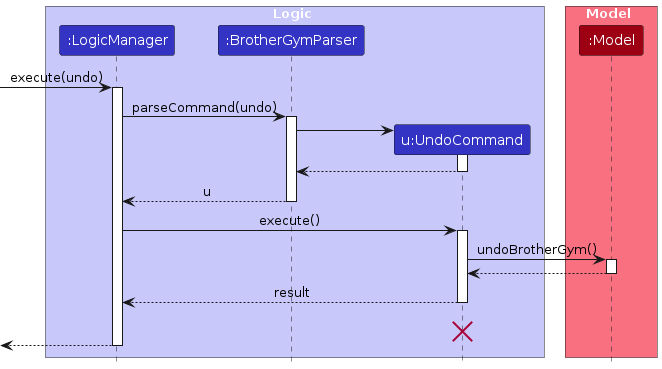
This is diagrams/UndoSequenceDiagram-Logic.png from AY2627S1-CS2103T-T11-4/tp, a PlantUML export, as it was before one commit. Its source is kept beside it as diagrams/UndoSequenceDiagram-Logic.puml.
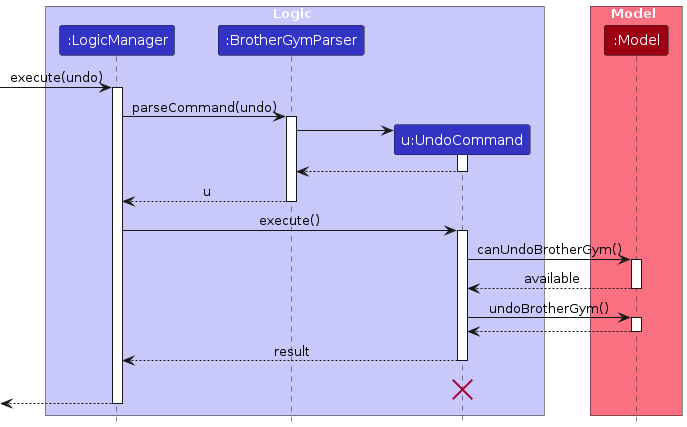
Above is the later version.

Change to the diagram source:
```diff
@@ -11,6 +11,7 @@
 box Model MODEL_COLOR_T1
 participant ":Model" as Model MODEL_COLOR
 end box
+
 [-> LogicManager : execute(undo)
 activate LogicManager
 
@@ -30,13 +31,17 @@
 LogicManager -> UndoCommand : execute()
 activate UndoCommand
 
+UndoCommand -> Model : canUndoBrotherGym()
+activate Model
+Model --> UndoCommand : available
+deactivate Model
+
 UndoCommand -> Model : undoBrotherGym()
 activate Model
+Model --> UndoCommand :
+deactivate Model
+UndoCommand --> LogicManager : result
 
-Model --> UndoCommand
-deactivate Model
-
-UndoCommand --> LogicManager : result
 deactivate UndoCommand
 UndoCommand -[hidden]-> LogicManager : result
 destroy UndoCommand
```
